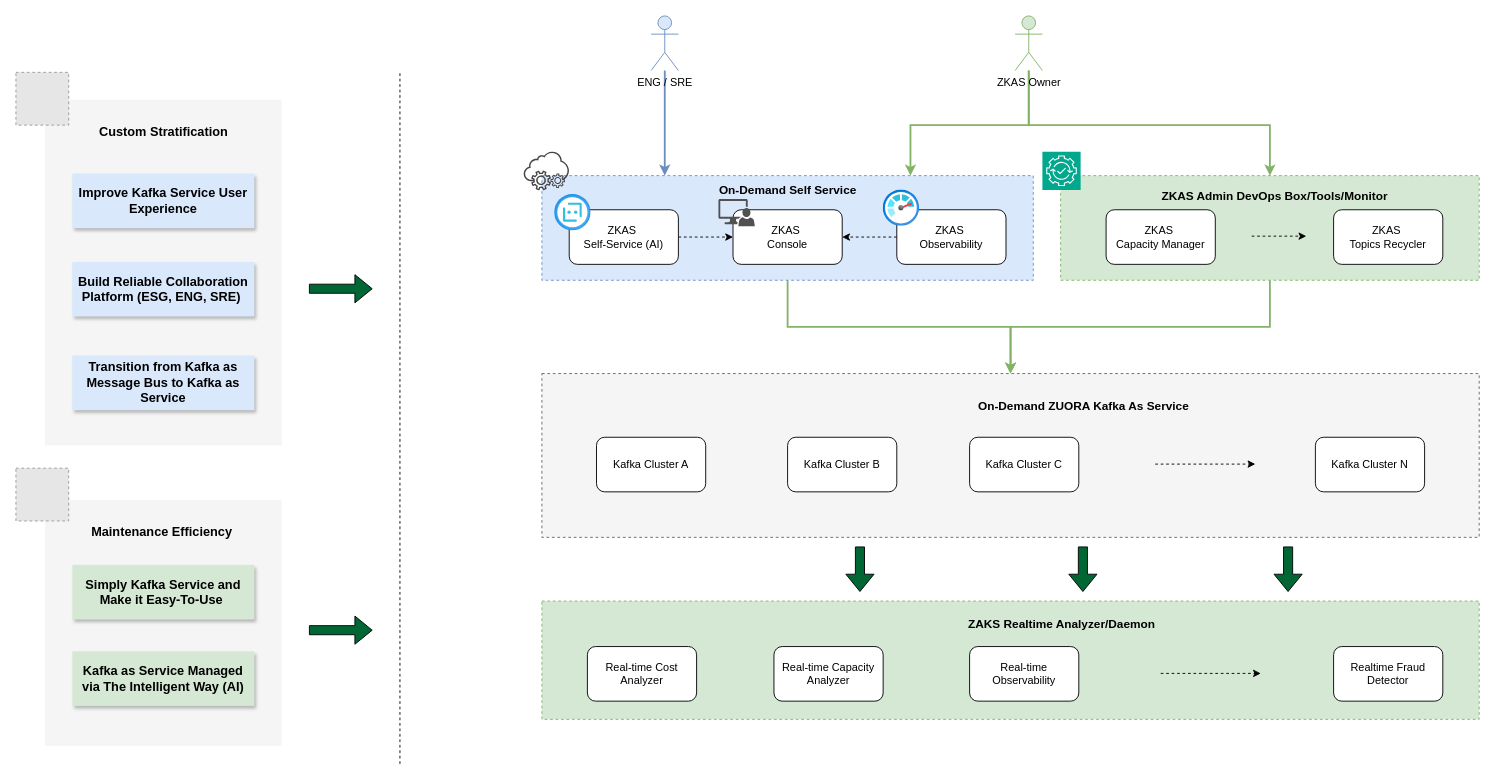
The draw.io diagram Kafka as Service.drawio in jiangtao7/draw.io, before the edit. Source tidied: cells renumbered, new cells numbered last; positions are measured from the earlier drawing's top-left corner, leaving out a move shared by most shapes. Both pictures are drawn from the tidied source at 91%, with x=0, y=0 at pixel (15, 15). Pictures stored in the file or linked from it are replaced by grey dashed boxes.
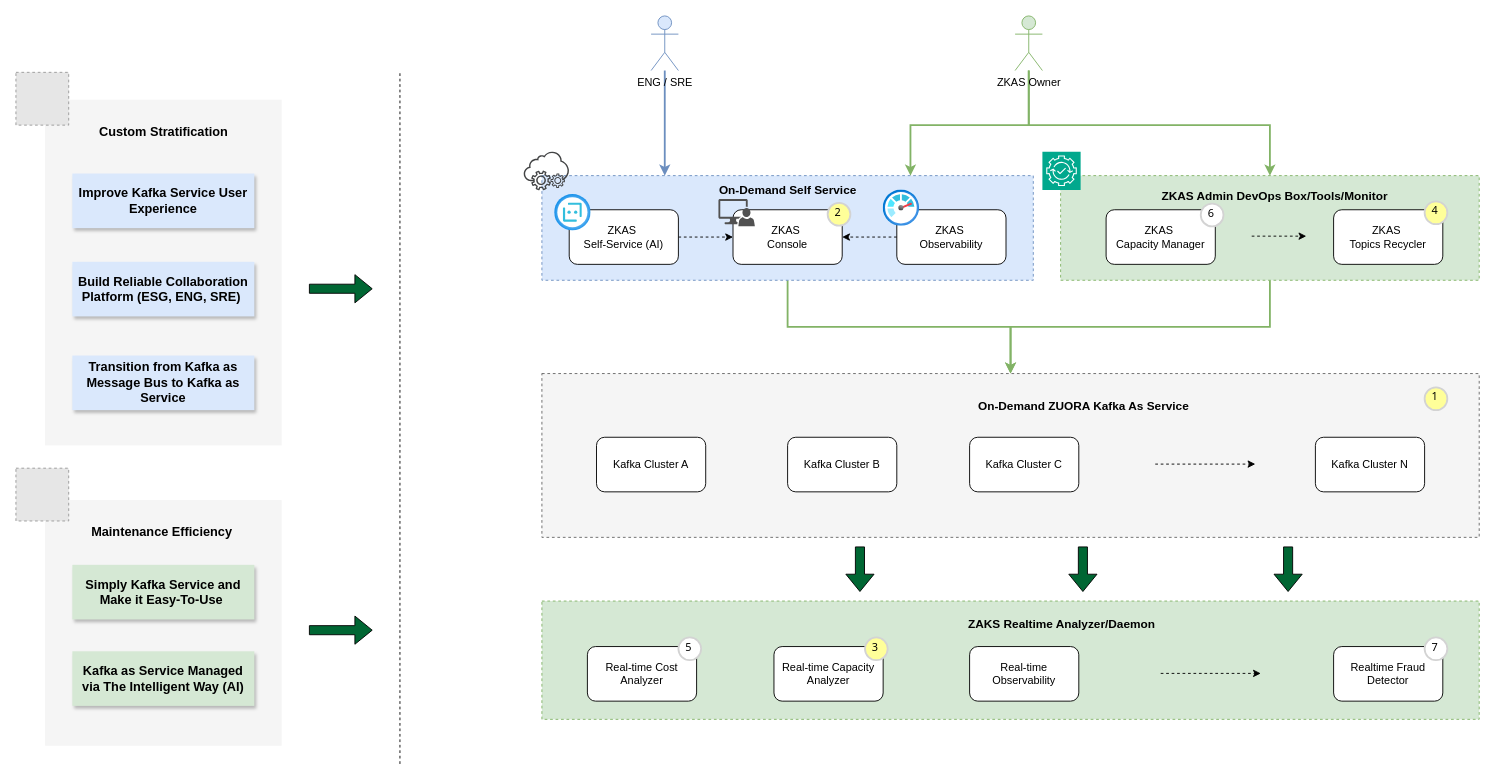
The same diagram, later.

What changed in the source:
```diff
@@
+    <mxCell id="57" value="1" style="ellipse;whiteSpace=wrap;html=1;strokeWidth=2;fontFamily=Tahoma;spacingBottom=4;spacingRight=2;strokeColor=#d3d3d3;fillColor=#FFFF99;" parent="1" vertex="1">
+      <mxGeometry x="1548" y="408.2" width="25" height="25" as="geometry" />
+    </mxCell>
+    <mxCell id="58" value="2" style="ellipse;whiteSpace=wrap;html=1;strokeWidth=2;fontFamily=Tahoma;spacingBottom=4;spacingRight=2;strokeColor=#d3d3d3;fillColor=#FFFF99;" parent="1" vertex="1">
+      <mxGeometry x="892" y="205.5" width="25" height="25" as="geometry" />
+    </mxCell>
+    <mxCell id="59" value="3" style="ellipse;whiteSpace=wrap;html=1;strokeWidth=2;fontFamily=Tahoma;spacingBottom=4;spacingRight=2;strokeColor=#d3d3d3;fillColor=#FFFF99;" parent="1" vertex="1">
+      <mxGeometry x="933" y="683" width="25" height="25" as="geometry" />
+    </mxCell>
+    <mxCell id="60" value="4" style="ellipse;whiteSpace=wrap;html=1;strokeWidth=2;fontFamily=Tahoma;spacingBottom=4;spacingRight=2;strokeColor=#d3d3d3;fillColor=#FFFF99;" parent="1" vertex="1">
+      <mxGeometry x="1548" y="203.8" width="25" height="25" as="geometry" />
+    </mxCell>
+    <mxCell id="61" value="5" style="ellipse;whiteSpace=wrap;html=1;strokeWidth=2;fontFamily=Tahoma;spacingBottom=4;spacingRight=2;strokeColor=#d3d3d3;" parent="1" vertex="1">
+      <mxGeometry x="728" y="683" width="25" height="25" as="geometry" />
+    </mxCell>
+    <mxCell id="62" value="6" style="ellipse;whiteSpace=wrap;html=1;strokeWidth=2;fontFamily=Tahoma;spacingBottom=4;spacingRight=2;strokeColor=#d3d3d3;" parent="1" vertex="1">
+      <mxGeometry x="1302" y="206.2" width="25" height="25" as="geometry" />
+    </mxCell>
+    <mxCell id="63" value="7" style="ellipse;whiteSpace=wrap;html=1;strokeWidth=2;fontFamily=Tahoma;spacingBottom=4;spacingRight=2;strokeColor=#d3d3d3;" parent="1" vertex="1">
+      <mxGeometry x="1548" y="683" width="25" height="25" as="geometry" />
+    </mxCell>
```
